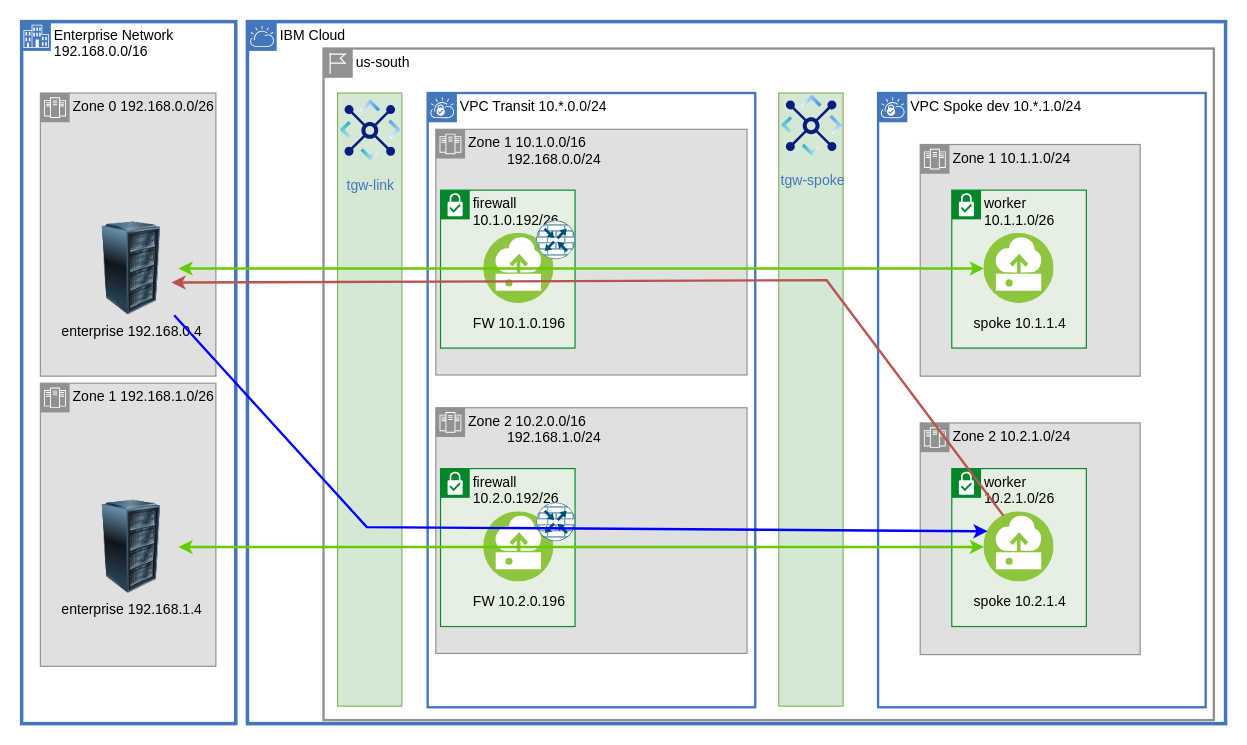
Earlier version of the draw.io diagram page "asymmetric" (5 of 14) of diagrams/vpc-transit.drawio (ibm-cloud-docs/solution-tutorials). Source tidied: cells renumbered, new cells numbered last; positions are measured from the earlier drawing's top-left corner, leaving out a move shared by most shapes. Both pictures are drawn from the tidied source at 117%, with x=0, y=0 at pixel (21, 21).
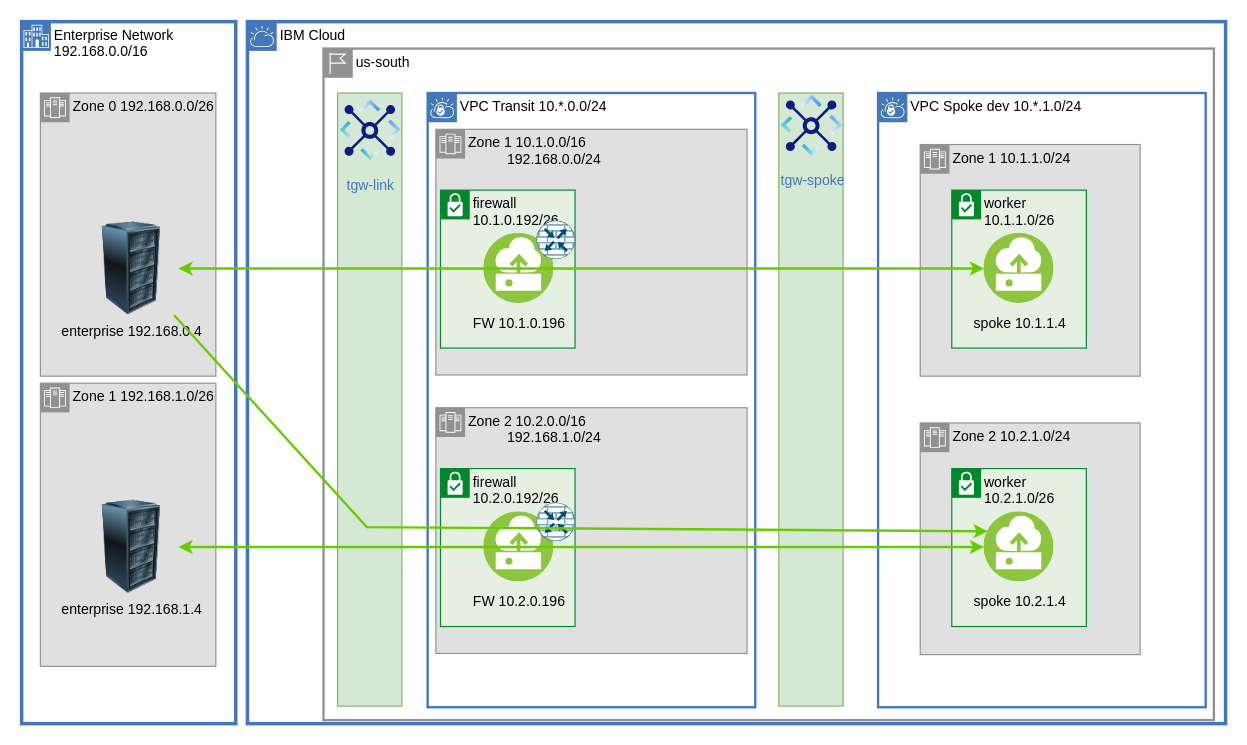
After the change.

Unchanged cells that the change refers to:
```xml
<mxCell id="13" value="enterprise 192.168.0.4" style="image;html=1;image=img/lib/clip_art/computers/Server_Rack_128x128.png;noLabel=0;labelBackgroundColor=none;" parent="1" vertex="1">
  <mxGeometry x="54" y="171" width="80" height="80" as="geometry" />
</mxCell>
<mxCell id="19" value="spoke 10.2.1.4" style="perimeter=ellipsePerimeter;html=1;align=center;shadow=0;dashed=0;fontColor=black;fontSize=12;spacingTop=3;image;image=img/lib/ibm/vpc/Instance.svg;overflow=visible;noLabel=0;labelBackgroundColor=none;" parent="1" vertex="1">
  <mxGeometry x="822.5" y="419" width="60" height="60" as="geometry" />
</mxCell>
```

What changed in the source:
```diff
@@
-    <mxCell id="32" parent="0" />
-    <mxCell id="33" style="rounded=0;jettySize=auto;html=1;startArrow=none;startFill=1;endArrow=classic;endFill=1;strokeColor=#0000FF;strokeWidth=2;entryX=0;entryY=0.25;entryDx=0;entryDy=0;" parent="32" edge="1" source="13" target="19">
-      <mxGeometry relative="1" as="geometry">
-        <Array as="points">
-          <mxPoint x="295" y="432" />
-        </Array>
-      </mxGeometry>
-    </mxCell>
-    <mxCell id="34" style="shape=connector;rounded=0;jettySize=auto;html=1;labelBackgroundColor=default;strokeColor=#b85450;strokeWidth=2;fontFamily=Helvetica;fontSize=11;fontColor=default;startArrow=none;startFill=1;endArrow=classic;endFill=1;fillColor=#f8cecc;exitX=0.25;exitY=0;exitDx=0;exitDy=0;entryX=0.925;entryY=0.65;entryDx=0;entryDy=0;entryPerimeter=0;" parent="32" edge="1" source="19" target="13">
-      <mxGeometry relative="1" as="geometry">
-        <Array as="points">
-          <mxPoint x="688" y="221" />
-        </Array>
-      </mxGeometry>
-    </mxCell>
+    <mxCell id="35" parent="0" />
+    <mxCell id="36" style="rounded=0;orthogonalLoop=1;jettySize=auto;html=1;startArrow=none;startFill=1;endArrow=classic;endFill=1;strokeColor=#66CC00;strokeWidth=2;entryX=0;entryY=0.25;entryDx=0;entryDy=0;" parent="35" edge="1">
+      <mxGeometry relative="1" as="geometry">
+        <mxPoint x="130.4" y="251" as="sourcePoint" />
+        <mxPoint x="825.7" y="435.6" as="targetPoint" />
+        <Array as="points">
+          <mxPoint x="295" y="432" />
+        </Array>
+      </mxGeometry>
+    </mxCell>
```
